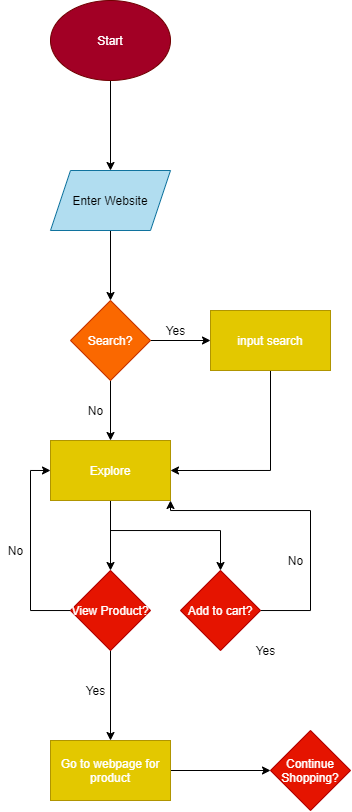
Above: part2/part2.drawio.png in cnazemi/sp21-cse110-lab4 (draw.io), before the change. Source tidied: cells renumbered, new cells last; positions are measured from the earlier drawing's top-left corner, leaving out a move shared by most shapes.
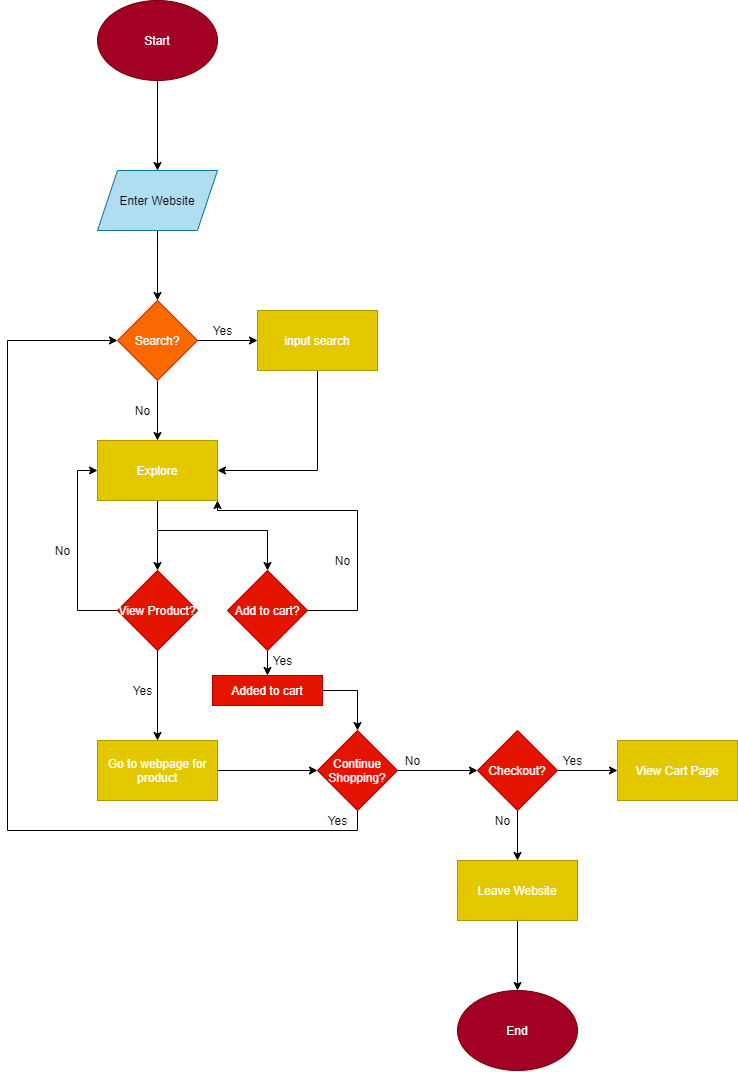
The same diagram one commit later.

The edit, as a diff of the source:
```diff
@@ -79,6 +79,9 @@
         </Array>
       </mxGeometry>
     </mxCell>
+    <mxCell id="28" style="edgeStyle=orthogonalEdgeStyle;rounded=0;jettySize=auto;html=1;" parent="1" edge="1" source="21" target="32">
+      <mxGeometry relative="1" as="geometry" />
+    </mxCell>
     <mxCell id="21" value="Add to cart?" style="rhombus;whiteSpace=wrap;html=1;fontColor=#ffffff;strokeColor=#B20000;fillColor=#e51400;" parent="1" vertex="1">
       <mxGeometry x="180" y="570" width="80" height="80" as="geometry" />
     </mxCell>
@@ -95,10 +98,65 @@
       <mxGeometry x="280" y="550" width="30" height="20" as="geometry" />
     </mxCell>
     <mxCell id="26" value="Yes" style="text;html=1;align=center;verticalAlign=middle;" parent="1" vertex="1">
-      <mxGeometry x="250" y="640" width="30" height="20" as="geometry" />
+      <mxGeometry x="220" y="650" width="30" height="20" as="geometry" />
     </mxCell>
+    <mxCell id="29" style="edgeStyle=orthogonalEdgeStyle;rounded=0;jettySize=auto;html=1;entryX=0;entryY=0.5;entryDx=0;entryDy=0;" parent="1" edge="1" source="27" target="8">
+      <mxGeometry relative="1" as="geometry">
+        <Array as="points">
+          <mxPoint x="310" y="830" />
+          <mxPoint x="-40" y="830" />
+          <mxPoint x="-40" y="340" />
+        </Array>
+      </mxGeometry>
+    </mxCell>
+    <mxCell id="30" style="edgeStyle=orthogonalEdgeStyle;rounded=0;jettySize=auto;html=1;" parent="1" edge="1" source="27" target="37">
+      <mxGeometry relative="1" as="geometry" />
+    </mxCell>
     <mxCell id="27" value="Continue Shopping?" style="rhombus;whiteSpace=wrap;html=1;fontColor=#ffffff;strokeColor=#B20000;fillColor=#e51400;" parent="1" vertex="1">
       <mxGeometry x="270" y="730" width="80" height="80" as="geometry" />
     </mxCell>
+    <mxCell id="31" style="edgeStyle=orthogonalEdgeStyle;rounded=0;jettySize=auto;html=1;entryX=0.5;entryY=0;entryDx=0;entryDy=0;" parent="1" edge="1" source="32" target="27">
+      <mxGeometry relative="1" as="geometry">
+        <Array as="points">
+          <mxPoint x="310" y="690" />
+        </Array>
+      </mxGeometry>
+    </mxCell>
+    <mxCell id="32" value="Added to cart&lt;br&gt;" style="whiteSpace=wrap;html=1;fontColor=#ffffff;strokeColor=#B20000;fillColor=#e51400;" parent="1" vertex="1">
+      <mxGeometry x="165" y="675" width="110" height="30" as="geometry" />
+    </mxCell>
+    <mxCell id="33" value="Yes" style="text;html=1;align=center;verticalAlign=middle;" parent="1" vertex="1">
+      <mxGeometry x="275" y="810" width="30" height="20" as="geometry" />
+    </mxCell>
+    <mxCell id="34" value="No" style="text;html=1;align=center;verticalAlign=middle;" parent="1" vertex="1">
+      <mxGeometry x="350" y="750" width="30" height="20" as="geometry" />
+    </mxCell>
+    <mxCell id="35" style="edgeStyle=orthogonalEdgeStyle;rounded=0;jettySize=auto;html=1;" parent="1" edge="1" source="37" target="38">
+      <mxGeometry relative="1" as="geometry" />
+    </mxCell>
+    <mxCell id="36" style="edgeStyle=orthogonalEdgeStyle;rounded=0;jettySize=auto;html=1;" parent="1" edge="1" source="37" target="41">
+      <mxGeometry relative="1" as="geometry" />
+    </mxCell>
+    <mxCell id="37" value="Checkout?" style="rhombus;whiteSpace=wrap;html=1;fontColor=#ffffff;strokeColor=#B20000;fillColor=#e51400;" parent="1" vertex="1">
+      <mxGeometry x="430" y="730" width="80" height="80" as="geometry" />
+    </mxCell>
+    <mxCell id="38" value="View Cart Page" style="whiteSpace=wrap;html=1;fontColor=#ffffff;strokeColor=#B09500;fillColor=#e3c800;" parent="1" vertex="1">
+      <mxGeometry x="570" y="740" width="120" height="60" as="geometry" />
+    </mxCell>
+    <mxCell id="39" value="Yes" style="text;html=1;align=center;verticalAlign=middle;" parent="1" vertex="1">
+      <mxGeometry x="510" y="750" width="30" height="20" as="geometry" />
+    </mxCell>
+    <mxCell id="40" style="edgeStyle=orthogonalEdgeStyle;rounded=0;jettySize=auto;html=1;" parent="1" edge="1" source="41" target="43">
+      <mxGeometry relative="1" as="geometry" />
+    </mxCell>
+    <mxCell id="41" value="Leave Website" style="whiteSpace=wrap;html=1;fontColor=#ffffff;strokeColor=#B09500;fillColor=#e3c800;" parent="1" vertex="1">
+      <mxGeometry x="410" y="860" width="120" height="60" as="geometry" />
+    </mxCell>
+    <mxCell id="42" value="No" style="text;html=1;align=center;verticalAlign=middle;" parent="1" vertex="1">
+      <mxGeometry x="440" y="810" width="30" height="20" as="geometry" />
+    </mxCell>
+    <mxCell id="43" value="End" style="ellipse;whiteSpace=wrap;html=1;fontColor=#ffffff;strokeColor=#6F0000;fillColor=#a20025;" parent="1" vertex="1">
+      <mxGeometry x="410" y="990" width="120" height="80" as="geometry" />
+    </mxCell>
   </root>
 </mxGraphModel>
```
